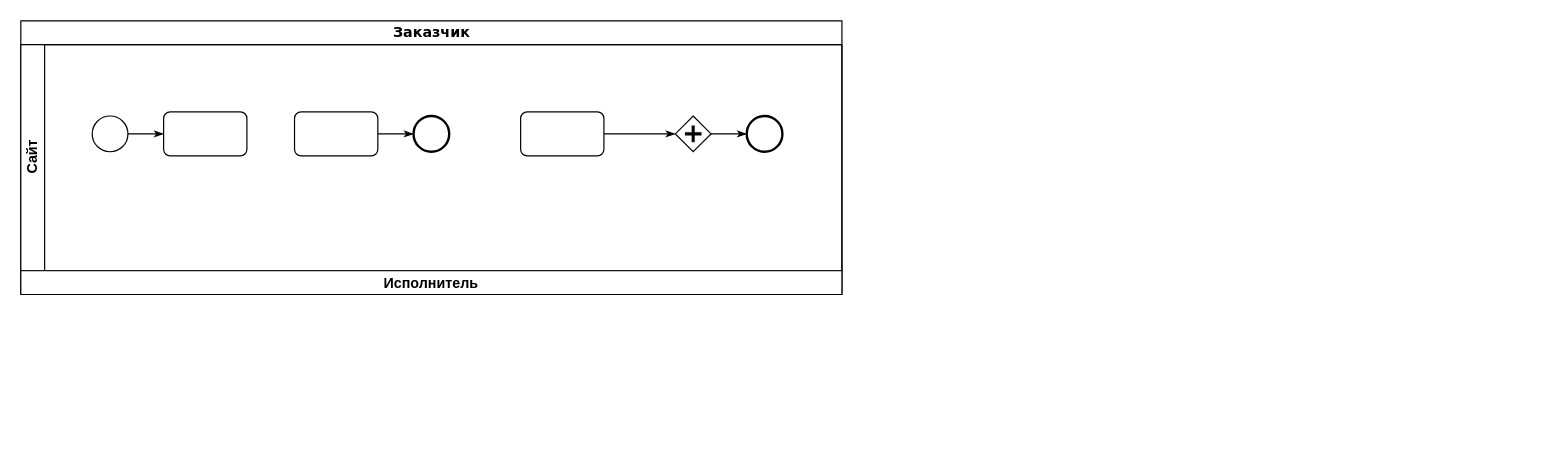
htmlacademy-yii/1820637-task-force-1 keeps this draw.io diagram as Untitled Diagram.drawio. Above is the earlier version. Source tidied: cells renumbered, new cells numbered last; positions are measured from the earlier drawing's top-left corner, leaving out a move shared by most shapes. Both pictures are drawn from the tidied source at 119%, with x=0, y=0 at pixel (20, 20).
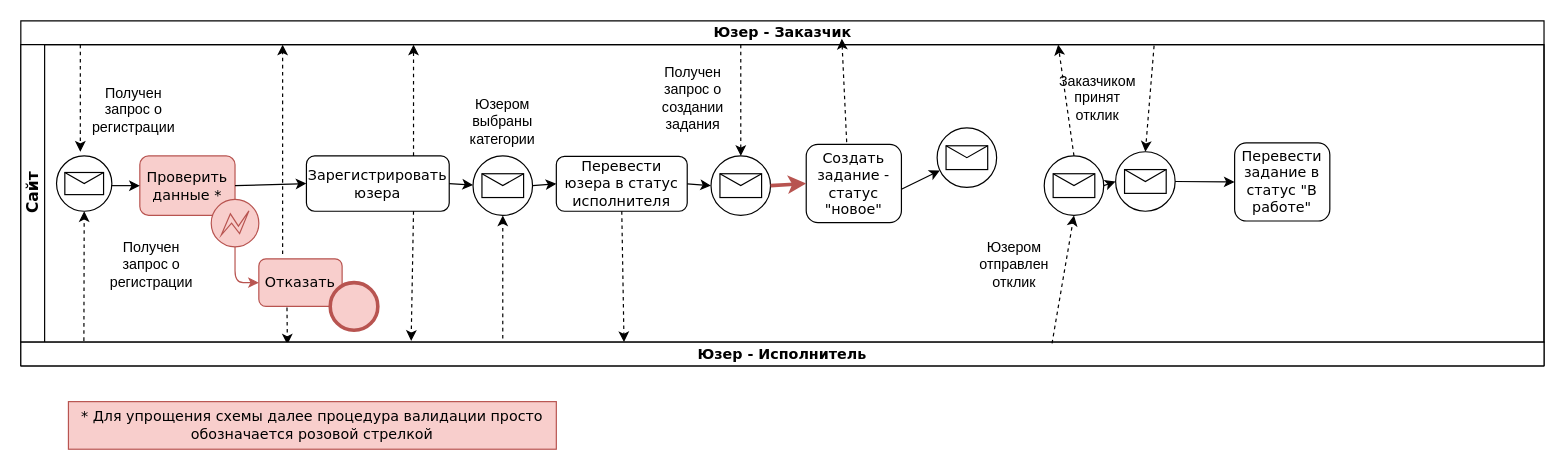
After the change.

Change to the diagram source:
```diff
@@
-    <mxCell id="2" value="Заказчик" style="swimlane;html=1;horizontal=1;startSize=20;rounded=0;shadow=0;labelBackgroundColor=none;strokeWidth=1;fontFamily=Verdana;fontSize=12;align=center;" parent="1" vertex="1">
-      <mxGeometry width="690" height="230" as="geometry" />
+    <mxCell id="2" value="&lt;font style=&quot;font-size: 12px&quot;&gt;Юзер - Заказчик&lt;/font&gt;" style="swimlane;html=1;horizontal=1;startSize=20;rounded=0;shadow=0;labelBackgroundColor=none;strokeWidth=1;fontFamily=Verdana;fontSize=12;align=center;" parent="1" vertex="1">
+      <mxGeometry width="1280" height="290" as="geometry" />
     </mxCell>
+    <mxCell id="16" style="endArrow=classic;html=1;dashed=1;fontSize=12;entryX=0.5;entryY=1;entryDx=0;entryDy=0;entryPerimeter=0;" parent="2" edge="1" target="28">
+      <mxGeometry relative="1" as="geometry">
+        <mxPoint x="405" y="267" as="sourcePoint" />
+      </mxGeometry>
+    </mxCell>
+    <mxCell id="17" style="endArrow=classic;html=1;dashed=1;fontSize=12;exitX=0.338;exitY=1.025;exitDx=0;exitDy=0;exitPerimeter=0;" parent="2" edge="1" source="27">
+      <mxGeometry relative="1" as="geometry">
+        <mxPoint x="224" y="272" as="targetPoint" />
+      </mxGeometry>
+    </mxCell>
+    <mxCell id="18" style="endArrow=classic;html=1;dashed=1;fontSize=12;entryX=0.5;entryY=1;entryDx=0;entryDy=0;entryPerimeter=0;" parent="2" edge="1" target="25">
+      <mxGeometry relative="1" as="geometry">
+        <mxPoint x="53" y="269" as="sourcePoint" />
+      </mxGeometry>
+    </mxCell>
-    <mxCell id="3" value="&lt;div style=&quot;font-size: 12px;&quot;&gt;Сайт&lt;/div&gt;" style="swimlane;html=1;startSize=20;horizontal=0;fontSize=12;" parent="2" vertex="1">
-      <mxGeometry y="20" width="690" height="190" as="geometry" />
+    <mxCell id="3" value="&lt;div style=&quot;font-size: 13px&quot;&gt;&lt;font face=&quot;Verdana&quot;&gt;Сайт&lt;/font&gt;&lt;/div&gt;" style="swimlane;html=1;startSize=20;horizontal=0;fontSize=13;" parent="2" vertex="1">
+      <mxGeometry y="20" width="1280" height="250" as="geometry" />
     </mxCell>
-    <mxCell id="4" style="edgeStyle=orthogonalEdgeStyle;rounded=0;html=1;labelBackgroundColor=none;startArrow=none;startFill=0;startSize=5;endArrow=classicThin;endFill=1;endSize=5;jettySize=auto;strokeWidth=1;fontFamily=Verdana;fontSize=8;" parent="3" edge="1" source="5" target="6">
-      <mxGeometry relative="1" as="geometry" />
-    </mxCell>
-    <mxCell id="5" style="ellipse;whiteSpace=wrap;html=1;rounded=0;shadow=0;labelBackgroundColor=none;strokeWidth=1;fontFamily=Verdana;fontSize=8;align=center;" parent="3" vertex="1">
-      <mxGeometry x="60" y="60" width="30" height="30" as="geometry" />
-    </mxCell>
-    <mxCell id="6" style="rounded=1;whiteSpace=wrap;html=1;shadow=0;labelBackgroundColor=none;strokeWidth=1;fontFamily=Verdana;fontSize=8;align=center;" parent="3" vertex="1">
-      <mxGeometry x="120" y="56.5" width="70" height="37" as="geometry" />
+    <mxCell id="6" value="Проверить данные *" style="rounded=1;whiteSpace=wrap;html=1;shadow=0;labelBackgroundColor=none;strokeWidth=1;fontFamily=Verdana;fontSize=12;align=center;fillColor=#f8cecc;strokeColor=#b85450;" parent="3" vertex="1">
+      <mxGeometry x="100" y="93.5" width="80" height="50" as="geometry" />
     </mxCell>
-    <mxCell id="7" style="edgeStyle=orthogonalEdgeStyle;rounded=0;html=1;labelBackgroundColor=none;startArrow=none;startFill=0;startSize=5;endArrow=classicThin;endFill=1;endSize=5;jettySize=auto;strokeWidth=1;fontFamily=Verdana;fontSize=8;" parent="3" edge="1" source="8" target="9">
-      <mxGeometry relative="1" as="geometry" />
-    </mxCell>
-    <mxCell id="8" style="rounded=1;whiteSpace=wrap;html=1;shadow=0;labelBackgroundColor=none;strokeWidth=1;fontFamily=Verdana;fontSize=8;align=center;" parent="3" vertex="1">
-      <mxGeometry x="230" y="56.5" width="70" height="37" as="geometry" />
-    </mxCell>
-    <mxCell id="9" style="ellipse;whiteSpace=wrap;html=1;rounded=0;shadow=0;labelBackgroundColor=none;strokeWidth=2;fontFamily=Verdana;fontSize=8;align=center;" parent="3" vertex="1">
-      <mxGeometry x="330" y="60" width="30" height="30" as="geometry" />
-    </mxCell>
-    <mxCell id="10" style="edgeStyle=orthogonalEdgeStyle;rounded=0;html=1;entryX=0;entryY=0.5;labelBackgroundColor=none;startArrow=none;startFill=0;startSize=5;endArrow=classicThin;endFill=1;endSize=5;jettySize=auto;strokeWidth=1;fontFamily=Verdana;fontSize=8;" parent="3" edge="1" source="11" target="13">
-      <mxGeometry relative="1" as="geometry" />
-    </mxCell>
-    <mxCell id="11" style="rounded=1;whiteSpace=wrap;html=1;shadow=0;labelBackgroundColor=none;strokeWidth=1;fontFamily=Verdana;fontSize=8;align=center;" parent="3" vertex="1">
-      <mxGeometry x="420" y="56.5" width="70" height="37" as="geometry" />
-    </mxCell>
-    <mxCell id="12" style="edgeStyle=orthogonalEdgeStyle;rounded=0;html=1;labelBackgroundColor=none;startArrow=none;startFill=0;startSize=5;endArrow=classicThin;endFill=1;endSize=5;jettySize=auto;strokeWidth=1;fontFamily=Verdana;fontSize=8;" parent="3" edge="1" source="13" target="14">
-      <mxGeometry relative="1" as="geometry" />
-    </mxCell>
-    <mxCell id="13" style="shape=mxgraph.bpmn.shape;html=1;verticalLabelPosition=bottom;labelBackgroundColor=#ffffff;verticalAlign=top;perimeter=rhombusPerimeter;background=gateway;outline=none;symbol=parallelGw;rounded=1;shadow=0;strokeWidth=1;fontFamily=Verdana;fontSize=8;align=center;" parent="3" vertex="1">
-      <mxGeometry x="550" y="60" width="30" height="30" as="geometry" />
-    </mxCell>
-    <mxCell id="14" style="ellipse;whiteSpace=wrap;html=1;rounded=0;shadow=0;labelBackgroundColor=none;strokeWidth=2;fontFamily=Verdana;fontSize=8;align=center;" parent="3" vertex="1">
-      <mxGeometry x="610" y="60" width="30" height="30" as="geometry" />
-    </mxCell>
+    <mxCell id="19" value="Получен запрос о регистрации" style="text;html=1;strokeColor=none;fillColor=none;align=center;verticalAlign=middle;whiteSpace=wrap;rounded=0;fontSize=12;" parent="3" vertex="1">
+      <mxGeometry x="70" y="30" width="50" height="50" as="geometry" />
+    </mxCell>
+    <mxCell id="20" style="endArrow=classic;html=1;fontSize=12;exitX=1;exitY=0.5;exitDx=0;exitDy=0;entryX=0;entryY=0.5;entryDx=0;entryDy=0;" parent="3" edge="1" target="6">
+      <mxGeometry relative="1" as="geometry">
+        <mxPoint x="70" y="118.5" as="sourcePoint" />
+      </mxGeometry>
+    </mxCell>
+    <mxCell id="21" value="Получен запрос о регистрации" style="text;html=1;strokeColor=none;fillColor=none;align=center;verticalAlign=middle;whiteSpace=wrap;rounded=0;fontSize=12;" parent="3" vertex="1">
+      <mxGeometry x="70" y="160" width="80" height="50" as="geometry" />
+    </mxCell>
+    <mxCell id="22" style="points=[[0.145,0.145,0],[0.5,0,0],[0.855,0.145,0],[1,0.5,0],[0.855,0.855,0],[0.5,1,0],[0.145,0.855,0],[0,0.5,0]];shape=mxgraph.bpmn.event;html=1;verticalLabelPosition=bottom;labelBackgroundColor=#ffffff;verticalAlign=top;align=center;perimeter=ellipsePerimeter;outlineConnect=0;outline=eventInt;symbol=error;fontSize=12;fillColor=#f8cecc;strokeColor=#b85450;" parent="3" vertex="1">
+      <mxGeometry x="160" y="130" width="40" height="40" as="geometry" />
+    </mxCell>
+    <mxCell id="23" style="endArrow=classic;html=1;fontSize=12;exitX=1;exitY=0.5;exitDx=0;exitDy=0;entryX=0;entryY=0.5;entryDx=0;entryDy=0;" parent="3" edge="1" source="6" target="24">
+      <mxGeometry relative="1" as="geometry" />
+    </mxCell>
+    <mxCell id="24" value="Зарегистрировать юзера" style="rounded=1;whiteSpace=wrap;html=1;shadow=0;labelBackgroundColor=none;strokeWidth=1;fontFamily=Verdana;fontSize=12;align=center;" parent="3" vertex="1">
+      <mxGeometry x="240" y="93.5" width="120" height="46.5" as="geometry" />
+    </mxCell>
+    <mxCell id="25" style="points=[[0.145,0.145,0],[0.5,0,0],[0.855,0.145,0],[1,0.5,0],[0.855,0.855,0],[0.5,1,0],[0.145,0.855,0],[0,0.5,0]];shape=mxgraph.bpmn.event;html=1;verticalLabelPosition=bottom;labelBackgroundColor=#ffffff;verticalAlign=top;align=center;perimeter=ellipsePerimeter;outlineConnect=0;outline=standard;symbol=message;fontSize=12;" parent="3" vertex="1">
+      <mxGeometry x="30" y="93.5" width="46.5" height="46.5" as="geometry" />
+    </mxCell>
+    <mxCell id="26" style="endArrow=classic;html=1;fontSize=12;exitX=0.5;exitY=1;exitDx=0;exitDy=0;entryX=0;entryY=0.5;entryDx=0;entryDy=0;exitPerimeter=0;fillColor=#f8cecc;strokeColor=#b85450;" parent="3" edge="1" source="22" target="27">
+      <mxGeometry relative="1" as="geometry">
+        <Array as="points">
+          <mxPoint x="180" y="200" />
+        </Array>
+      </mxGeometry>
+    </mxCell>
+    <mxCell id="27" value="Отказать" style="rounded=1;whiteSpace=wrap;html=1;shadow=0;labelBackgroundColor=none;strokeWidth=1;fontFamily=Verdana;fontSize=12;align=center;fillColor=#f8cecc;strokeColor=#b85450;" parent="3" vertex="1">
+      <mxGeometry x="200" y="180" width="70" height="40" as="geometry" />
+    </mxCell>
+    <mxCell id="28" style="points=[[0.145,0.145,0],[0.5,0,0],[0.855,0.145,0],[1,0.5,0],[0.855,0.855,0],[0.5,1,0],[0.145,0.855,0],[0,0.5,0]];shape=mxgraph.bpmn.event;html=1;verticalLabelPosition=bottom;labelBackgroundColor=#ffffff;verticalAlign=top;align=center;perimeter=ellipsePerimeter;outlineConnect=0;outline=standard;symbol=message;fontSize=12;" parent="3" vertex="1">
+      <mxGeometry x="380" y="93.5" width="50" height="50" as="geometry" />
+    </mxCell>
+    <mxCell id="29" style="endArrow=classic;html=1;fontSize=12;exitX=1;exitY=0.5;exitDx=0;exitDy=0;" parent="3" edge="1" source="24" target="28">
+      <mxGeometry relative="1" as="geometry" />
+    </mxCell>
+    <mxCell id="30" value="Юзером выбраны категории" style="text;html=1;strokeColor=none;fillColor=none;align=center;verticalAlign=middle;whiteSpace=wrap;rounded=0;fontSize=12;" parent="3" vertex="1">
+      <mxGeometry x="380" y="40" width="50" height="50" as="geometry" />
+    </mxCell>
+    <mxCell id="31" value="Перевести юзера в статус исполнителя" style="rounded=1;whiteSpace=wrap;html=1;shadow=0;labelBackgroundColor=none;strokeWidth=1;fontFamily=Verdana;fontSize=12;align=center;" parent="3" vertex="1">
+      <mxGeometry x="450" y="93.9" width="110" height="46.1" as="geometry" />
+    </mxCell>
+    <mxCell id="32" style="endArrow=classic;html=1;fontSize=12;exitX=1;exitY=0.5;exitDx=0;exitDy=0;exitPerimeter=0;entryX=0;entryY=0.5;entryDx=0;entryDy=0;" parent="3" edge="1" source="28" target="31">
+      <mxGeometry relative="1" as="geometry" />
+    </mxCell>
+    <mxCell id="33" style="shape=mxgraph.bpmn.event;html=1;verticalLabelPosition=bottom;labelBackgroundColor=#ffffff;verticalAlign=top;align=center;perimeter=ellipsePerimeter;outline=end;symbol=terminate2;fontFamily=Verdana;fontSize=12;fillColor=#f8cecc;strokeColor=#b85450;" parent="3" vertex="1">
+      <mxGeometry x="260" y="200" width="40" height="40" as="geometry" />
+    </mxCell>
+    <mxCell id="34" style="points=[[0.145,0.145,0],[0.5,0,0],[0.855,0.145,0],[1,0.5,0],[0.855,0.855,0],[0.5,1,0],[0.145,0.855,0],[0,0.5,0]];shape=mxgraph.bpmn.event;html=1;verticalLabelPosition=bottom;labelBackgroundColor=#ffffff;verticalAlign=top;align=center;perimeter=ellipsePerimeter;outlineConnect=0;outline=standard;symbol=message;fontSize=12;" parent="3" vertex="1">
+      <mxGeometry x="580" y="93.5" width="50" height="50" as="geometry" />
+    </mxCell>
+    <mxCell id="35" style="endArrow=classic;html=1;fontSize=12;exitX=1;exitY=0.5;exitDx=0;exitDy=0;entryX=0;entryY=0.5;entryDx=0;entryDy=0;entryPerimeter=0;" parent="3" edge="1" source="31" target="34">
+      <mxGeometry relative="1" as="geometry" />
+    </mxCell>
+    <mxCell id="36" value="Получен запрос о создании задания" style="text;html=1;strokeColor=none;fillColor=none;align=center;verticalAlign=middle;whiteSpace=wrap;rounded=0;fontSize=12;" parent="3" vertex="1">
+      <mxGeometry x="530" y="20" width="70" height="50" as="geometry" />
+    </mxCell>
+    <mxCell id="37" value="Создать задание - статус &quot;новое&quot;" style="rounded=1;whiteSpace=wrap;html=1;shadow=0;labelBackgroundColor=none;strokeWidth=1;fontFamily=Verdana;fontSize=12;align=center;" parent="3" vertex="1">
+      <mxGeometry x="660" y="83.9" width="80" height="65.6" as="geometry" />
+    </mxCell>
+    <mxCell id="38" style="endArrow=classic;html=1;fontSize=12;exitX=1;exitY=0.5;exitDx=0;exitDy=0;exitPerimeter=0;entryX=0;entryY=0.5;entryDx=0;entryDy=0;fillColor=#f8cecc;strokeColor=#b85450;strokeWidth=3;" parent="3" edge="1" source="34" target="37">
+      <mxGeometry relative="1" as="geometry" />
+    </mxCell>
+    <mxCell id="39" value="Юзером отправлен отклик" style="text;html=1;strokeColor=none;fillColor=none;align=center;verticalAlign=middle;whiteSpace=wrap;rounded=0;fontSize=12;" parent="3" vertex="1">
+      <mxGeometry x="810" y="160" width="50" height="50" as="geometry" />
+    </mxCell>
+    <mxCell id="40" style="points=[[0.145,0.145,0],[0.5,0,0],[0.855,0.145,0],[1,0.5,0],[0.855,0.855,0],[0.5,1,0],[0.145,0.855,0],[0,0.5,0]];shape=mxgraph.bpmn.event;html=1;verticalLabelPosition=bottom;labelBackgroundColor=#ffffff;verticalAlign=top;align=center;perimeter=ellipsePerimeter;outlineConnect=0;outline=standard;symbol=message;fontSize=12;" parent="3" vertex="1">
+      <mxGeometry x="920" y="90" width="50" height="50" as="geometry" />
+    </mxCell>
+    <mxCell id="41" style="points=[[0.145,0.145,0],[0.5,0,0],[0.855,0.145,0],[1,0.5,0],[0.855,0.855,0],[0.5,1,0],[0.145,0.855,0],[0,0.5,0]];shape=mxgraph.bpmn.event;html=1;verticalLabelPosition=bottom;labelBackgroundColor=#ffffff;verticalAlign=top;align=center;perimeter=ellipsePerimeter;outlineConnect=0;outline=standard;symbol=message;fontSize=12;" parent="3" vertex="1">
+      <mxGeometry x="860" y="93.5" width="50" height="50" as="geometry" />
+    </mxCell>
+    <mxCell id="42" style="endArrow=classic;html=1;fontSize=12;exitX=1;exitY=0.573;exitDx=0;exitDy=0;exitPerimeter=0;" parent="3" edge="1" source="37" target="47">
+      <mxGeometry relative="1" as="geometry" />
+    </mxCell>
+    <mxCell id="43" style="endArrow=classic;html=1;fontSize=12;exitX=1;exitY=0.5;exitDx=0;exitDy=0;exitPerimeter=0;entryX=0;entryY=0.5;entryDx=0;entryDy=0;entryPerimeter=0;" parent="3" edge="1" source="41" target="40">
+      <mxGeometry relative="1" as="geometry" />
+    </mxCell>
+    <mxCell id="44" value="Заказчиком принят отклик" style="text;html=1;strokeColor=none;fillColor=none;align=center;verticalAlign=middle;whiteSpace=wrap;rounded=0;fontSize=12;" parent="3" vertex="1">
+      <mxGeometry x="880" y="20" width="50" height="50" as="geometry" />
+    </mxCell>
+    <mxCell id="45" value="Перевести задание в статус &quot;В работе&quot;" style="rounded=1;whiteSpace=wrap;html=1;shadow=0;labelBackgroundColor=none;strokeWidth=1;fontFamily=Verdana;fontSize=12;align=center;" parent="3" vertex="1">
+      <mxGeometry x="1020" y="82.6" width="80" height="65.6" as="geometry" />
+    </mxCell>
+    <mxCell id="46" style="endArrow=classic;html=1;fontSize=12;exitX=1;exitY=0.5;exitDx=0;exitDy=0;exitPerimeter=0;entryX=0;entryY=0.5;entryDx=0;entryDy=0;" parent="3" edge="1" source="40" target="45">
+      <mxGeometry relative="1" as="geometry" />
+    </mxCell>
+    <mxCell id="47" style="points=[[0.145,0.145,0],[0.5,0,0],[0.855,0.145,0],[1,0.5,0],[0.855,0.855,0],[0.5,1,0],[0.145,0.855,0],[0,0.5,0]];shape=mxgraph.bpmn.event;html=1;verticalLabelPosition=bottom;labelBackgroundColor=#ffffff;verticalAlign=top;align=center;perimeter=ellipsePerimeter;outlineConnect=0;outline=standard;symbol=message;fontSize=12;" parent="3" vertex="1">
+      <mxGeometry x="770" y="70" width="50" height="50" as="geometry" />
+    </mxCell>
-    <mxCell id="15" value="Исполнитель" style="swimlane;fontSize=12;" parent="2" vertex="1">
-      <mxGeometry y="210" width="690" height="20" as="geometry" />
+    <mxCell id="15" value="Юзер - Исполнитель" style="swimlane;fontSize=12;startSize=23;fontFamily=Verdana;" parent="2" vertex="1">
+      <mxGeometry y="270" width="1280" height="20" as="geometry" />
     </mxCell>
+    <mxCell id="48" style="endArrow=classic;html=1;dashed=1;fontSize=12;exitX=0.75;exitY=1;exitDx=0;exitDy=0;" parent="2" edge="1" source="24">
+      <mxGeometry relative="1" as="geometry">
+        <mxPoint x="328" y="269" as="targetPoint" />
+      </mxGeometry>
+    </mxCell>
+    <mxCell id="49" style="endArrow=classic;html=1;dashed=1;fontSize=12;exitX=0.5;exitY=1;exitDx=0;exitDy=0;entryX=0.396;entryY=0;entryDx=0;entryDy=0;entryPerimeter=0;" parent="2" edge="1" source="31" target="15">
+      <mxGeometry relative="1" as="geometry" />
+    </mxCell>
+    <mxCell id="50" style="endArrow=classic;html=1;dashed=1;fontSize=12;exitX=0.425;exitY=-0.03;exitDx=0;exitDy=0;entryX=0.539;entryY=0.052;entryDx=0;entryDy=0;entryPerimeter=0;exitPerimeter=0;" parent="2" edge="1" source="37" target="2">
+      <mxGeometry relative="1" as="geometry" />
+    </mxCell>
+    <mxCell id="51" style="endArrow=classic;html=1;dashed=1;fontSize=12;entryX=0.5;entryY=0;entryDx=0;entryDy=0;entryPerimeter=0;exitX=0.744;exitY=0.072;exitDx=0;exitDy=0;exitPerimeter=0;" parent="2" edge="1" source="2" target="40">
+      <mxGeometry relative="1" as="geometry" />
+    </mxCell>
+    <mxCell id="52" style="endArrow=classic;html=1;dashed=1;fontSize=12;entryX=0.5;entryY=1;entryDx=0;entryDy=0;entryPerimeter=0;exitX=0.677;exitY=0.05;exitDx=0;exitDy=0;exitPerimeter=0;" parent="2" edge="1" source="15" target="41">
+      <mxGeometry relative="1" as="geometry" />
+    </mxCell>
+    <mxCell id="53" style="endArrow=classic;html=1;dashed=1;fontSize=12;exitX=0.5;exitY=0;exitDx=0;exitDy=0;entryX=0.681;entryY=0.069;entryDx=0;entryDy=0;entryPerimeter=0;exitPerimeter=0;" parent="2" edge="1" source="41" target="2">
+      <mxGeometry relative="1" as="geometry" />
+    </mxCell>
+    <mxCell id="54" style="endArrow=classic;html=1;dashed=1;fontSize=12;" parent="1" edge="1">
+      <mxGeometry relative="1" as="geometry">
+        <mxPoint x="50" y="20" as="sourcePoint" />
+        <mxPoint x="50" y="110" as="targetPoint" />
+        <Array as="points">
+          <mxPoint x="50" y="80" />
+        </Array>
+      </mxGeometry>
+    </mxCell>
+    <mxCell id="55" style="endArrow=classic;html=1;dashed=1;fontSize=12;" parent="1" edge="1">
+      <mxGeometry relative="1" as="geometry">
+        <mxPoint x="220" y="196" as="sourcePoint" />
+        <mxPoint x="220" y="20" as="targetPoint" />
+      </mxGeometry>
+    </mxCell>
+    <mxCell id="56" style="endArrow=classic;html=1;dashed=1;fontSize=12;exitX=0.75;exitY=0;exitDx=0;exitDy=0;" parent="1" edge="1" source="24">
+      <mxGeometry relative="1" as="geometry">
+        <mxPoint x="330" y="20" as="targetPoint" />
+      </mxGeometry>
+    </mxCell>
+    <mxCell id="57" style="endArrow=classic;html=1;dashed=1;fontSize=12;entryX=0.5;entryY=0;entryDx=0;entryDy=0;entryPerimeter=0;" parent="1" edge="1" target="34">
+      <mxGeometry relative="1" as="geometry">
+        <mxPoint x="605" y="20" as="sourcePoint" />
+      </mxGeometry>
+    </mxCell>
+    <mxCell id="58" value="* Для упрощения схемы далее процедура валидации просто обозначается розовой стрелкой" style="text;html=1;strokeColor=#b85450;fillColor=#f8cecc;align=center;verticalAlign=middle;whiteSpace=wrap;rounded=0;fontFamily=Verdana;fontSize=12;" parent="1" vertex="1">
+      <mxGeometry x="40" y="320" width="410" height="40" as="geometry" />
+    </mxCell>
```
